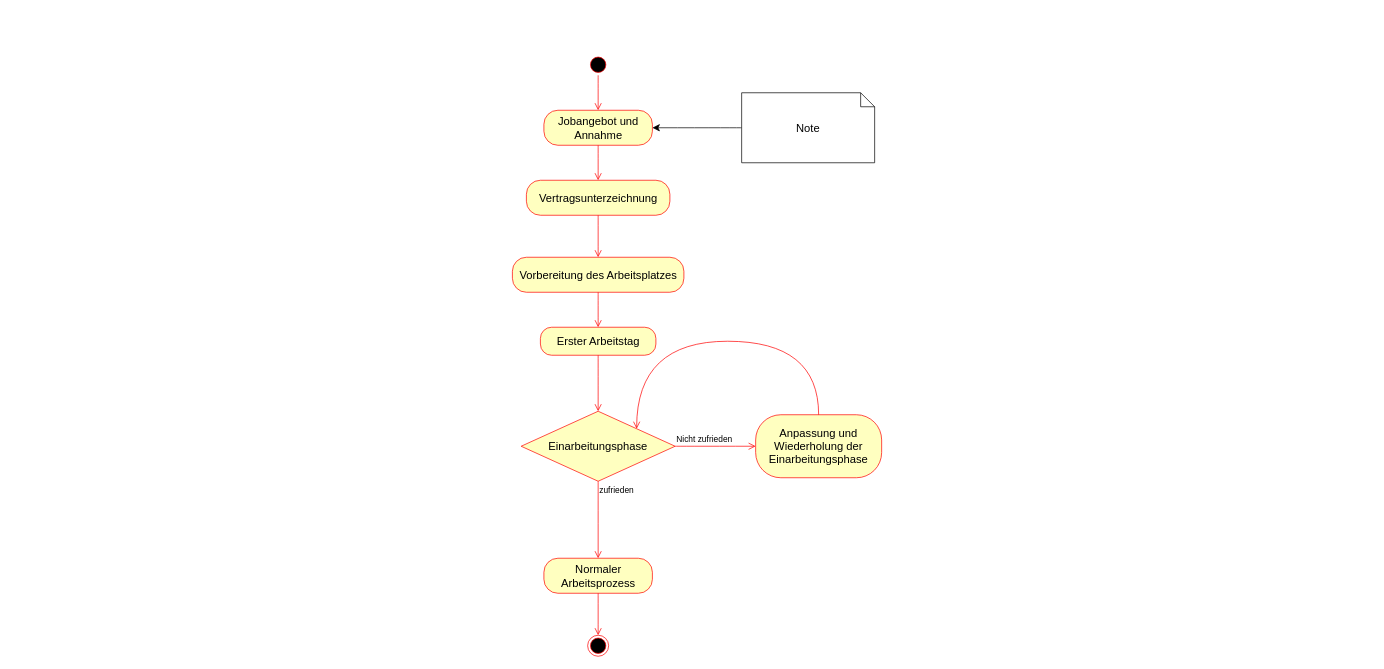
Above: Aufgabe 1/Aufgabe1.drawio in JonathanXDR/M254 (draw.io), before the change. Source tidied: cells renumbered, new cells numbered last; positions are measured from the earlier drawing's top-left corner, leaving out a move shared by most shapes. Both pictures are drawn from the tidied source at 70%, with x=0, y=0 at pixel (512, 54).
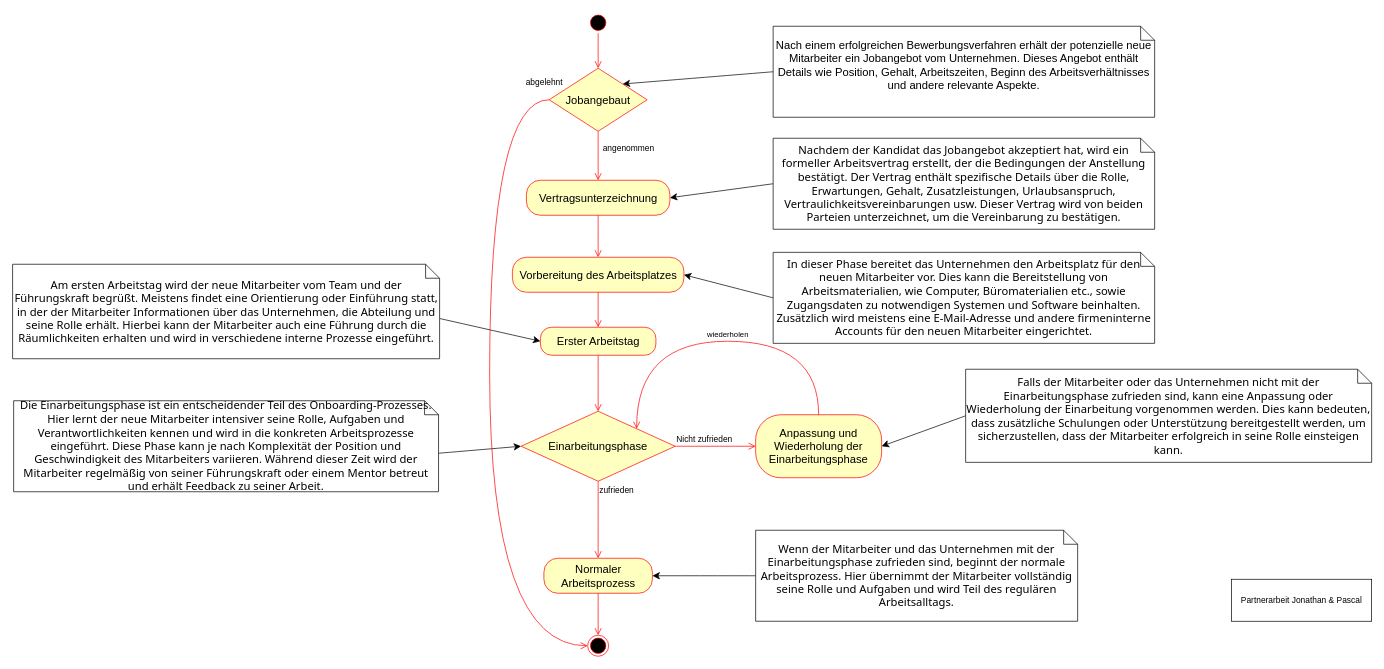
Above is the later version.

Commit message:
Update diagram in Aufgabe 1

The change refers to these unchanged cells:
```xml
<mxCell id="6" value="Vertragsunterzeichnung" style="rounded=1;whiteSpace=wrap;html=1;arcSize=40;fontColor=#000000;fillColor=#ffffc0;strokeColor=#ff0000;fontSize=16;" parent="1" vertex="1">
  <mxGeometry x="20.5" y="180" width="205" height="50" as="geometry" />
</mxCell>
<mxCell id="8" value="Vorbereitung des Arbeitsplatzes" style="rounded=1;whiteSpace=wrap;html=1;arcSize=40;fontColor=#000000;fillColor=#ffffc0;strokeColor=#ff0000;fontSize=16;" parent="1" vertex="1">
  <mxGeometry x="0.5" y="290" width="245" height="50" as="geometry" />
</mxCell>
<mxCell id="10" value="Erster Arbeitstag" style="rounded=1;whiteSpace=wrap;html=1;arcSize=40;fontColor=#000000;fillColor=#ffffc0;strokeColor=#ff0000;fontSize=16;" parent="1" vertex="1">
  <mxGeometry x="40.5" y="390" width="165" height="40" as="geometry" />
</mxCell>
<mxCell id="12" value="Einarbeitungsphase" style="rhombus;whiteSpace=wrap;html=1;fontColor=#000000;fillColor=#ffffc0;strokeColor=#ff0000;fontSize=16;" parent="1" vertex="1">
  <mxGeometry x="13" y="510" width="220" height="100" as="geometry" />
</mxCell>
<mxCell id="15" value="Normaler Arbeitsprozess" style="rounded=1;whiteSpace=wrap;html=1;arcSize=40;fontColor=#000000;fillColor=#ffffc0;strokeColor=#ff0000;fontSize=16;" parent="1" vertex="1">
  <mxGeometry x="45.5" y="720" width="155" height="50" as="geometry" />
</mxCell>
<mxCell id="17" value="Anpassung und Wiederholung der Einarbeitungsphase" style="rounded=1;whiteSpace=wrap;html=1;arcSize=40;fontColor=#000000;fillColor=#ffffc0;strokeColor=#ff0000;fontSize=16;" parent="1" vertex="1">
  <mxGeometry x="348" y="515" width="180" height="90" as="geometry" />
</mxCell>
<mxCell id="18" style="edgeStyle=orthogonalEdgeStyle;html=1;verticalAlign=bottom;endArrow=open;endSize=8;strokeColor=#ff0000;rounded=0;fontSize=12;curved=1;entryX=1;entryY=0;entryDx=0;entryDy=0;exitX=0.5;exitY=0;exitDx=0;exitDy=0;" parent="1" edge="1" source="17" target="12">
  <mxGeometry relative="1" as="geometry">
    <Array as="points">
      <mxPoint x="438" y="410" />
      <mxPoint x="178" y="410" />
    </Array>
  </mxGeometry>
</mxCell>
<mxCell id="19" style="ellipse;html=1;shape=endState;fillColor=#000000;strokeColor=#ff0000;fontSize=16;" parent="1" vertex="1">
  <mxGeometry x="108" y="830" width="30" height="30" as="geometry" />
</mxCell>
```

Diff of the diagram source:
```diff
@@
     <mxCell id="2" style="ellipse;html=1;shape=startState;fillColor=#000000;strokeColor=#ff0000;fontSize=16;" parent="1" vertex="1">
-      <mxGeometry x="108" width="30" height="30" as="geometry" />
+      <mxGeometry x="108" y="-60" width="30" height="30" as="geometry" />
     </mxCell>
-    <mxCell id="3" style="edgeStyle=orthogonalEdgeStyle;html=1;verticalAlign=bottom;endArrow=open;endSize=8;strokeColor=#ff0000;rounded=0;fontSize=12;curved=1;entryX=0.5;entryY=0;entryDx=0;entryDy=0;" parent="1" edge="1" source="2" target="4">
+    <mxCell id="3" style="edgeStyle=orthogonalEdgeStyle;html=1;verticalAlign=bottom;endArrow=open;endSize=8;strokeColor=#ff0000;rounded=0;fontSize=12;curved=1;entryX=0.5;entryY=0;entryDx=0;entryDy=0;" parent="1" edge="1" source="2" target="35">
       <mxGeometry relative="1" as="geometry" />
     </mxCell>
-    <mxCell id="4" value="Jobangebot und Annahme" style="rounded=1;whiteSpace=wrap;html=1;arcSize=40;fontColor=#000000;fillColor=#ffffc0;strokeColor=#ff0000;fontSize=16;" parent="1" vertex="1">
-      <mxGeometry x="45.5" y="80" width="155" height="50" as="geometry" />
-    </mxCell>
-    <mxCell id="5" style="edgeStyle=orthogonalEdgeStyle;html=1;verticalAlign=bottom;endArrow=open;endSize=8;strokeColor=#ff0000;rounded=0;fontSize=12;curved=1;entryX=0.5;entryY=0;entryDx=0;entryDy=0;" parent="1" edge="1" source="4" target="6">
-      <mxGeometry relative="1" as="geometry" />
-    </mxCell>
@@
+    <mxCell id="22" value="wiederholen" style="edgeLabel;html=1;align=center;verticalAlign=middle;" parent="18" vertex="1">
+      <mxGeometry x="0.17" y="4" relative="1" as="geometry">
+        <mxPoint x="51" y="-14" as="offset" />
+      </mxGeometry>
+    </mxCell>
@@
-    <mxCell id="20" style="edgeStyle=none;curved=1;rounded=0;jettySize=auto;html=1;exitX=0;exitY=0.5;exitDx=0;exitDy=0;exitPerimeter=0;entryX=1;entryY=0.5;entryDx=0;entryDy=0;fontSize=12;startSize=8;endSize=8;" parent="1" edge="1" source="21" target="4">
+    <mxCell id="20" style="edgeStyle=none;curved=1;rounded=0;jettySize=auto;html=1;exitX=0;exitY=0.5;exitDx=0;exitDy=0;exitPerimeter=0;fontSize=12;startSize=8;endSize=8;entryX=1;entryY=0;entryDx=0;entryDy=0;" parent="1" edge="1" source="21" target="35">
       <mxGeometry relative="1" as="geometry" />
     </mxCell>
-    <mxCell id="21" value="Note" style="shape=note;size=20;whiteSpace=wrap;html=1;fontSize=16;" parent="1" vertex="1">
-      <mxGeometry x="328" y="55" width="190" height="100" as="geometry" />
+    <mxCell id="21" value="&lt;div&gt;Nach einem erfolgreichen Bewerbungsverfahren erhält der potenzielle neue Mitarbeiter ein Jobangebot vom Unternehmen. Dieses Angebot enthält Details wie Position, Gehalt, Arbeitszeiten, Beginn des Arbeitsverhältnisses und andere relevante Aspekte.&lt;/div&gt;&lt;div&gt;&lt;br&gt;&lt;/div&gt;" style="shape=note;size=20;whiteSpace=wrap;html=1;fontSize=16;fontColor=default;" parent="1" vertex="1">
+      <mxGeometry x="373" y="-40" width="545" height="130" as="geometry" />
     </mxCell>
+    <mxCell id="23" style="edgeStyle=none;curved=1;rounded=0;jettySize=auto;html=1;exitX=0;exitY=0.5;exitDx=0;exitDy=0;exitPerimeter=0;entryX=1;entryY=0.5;entryDx=0;entryDy=0;fontSize=12;startSize=8;endSize=8;" parent="1" edge="1" source="24" target="6">
+      <mxGeometry relative="1" as="geometry" />
+    </mxCell>
+    <mxCell id="24" value="&lt;span style=&quot;font-family: Söhne, ui-sans-serif, system-ui, -apple-system, &amp;quot;Segoe UI&amp;quot;, Roboto, Ubuntu, Cantarell, &amp;quot;Noto Sans&amp;quot;, sans-serif, &amp;quot;Helvetica Neue&amp;quot;, Arial, &amp;quot;Apple Color Emoji&amp;quot;, &amp;quot;Segoe UI Emoji&amp;quot;, &amp;quot;Segoe UI Symbol&amp;quot;, &amp;quot;Noto Color Emoji&amp;quot;; text-align: left;&quot;&gt;Nachdem der Kandidat das Jobangebot akzeptiert hat, wird ein formeller Arbeitsvertrag erstellt, der die Bedingungen der Anstellung bestätigt. Der Vertrag enthält spezifische Details über die Rolle, Erwartungen, Gehalt, Zusatzleistungen, Urlaubsanspruch, Vertraulichkeitsvereinbarungen usw. Dieser Vertrag wird von beiden Parteien unterzeichnet, um die Vereinbarung zu bestätigen.&lt;/span&gt;" style="shape=note;size=20;whiteSpace=wrap;html=1;fontSize=16;fontColor=default;" parent="1" vertex="1">
+      <mxGeometry x="373" y="120" width="545" height="130" as="geometry" />
+    </mxCell>
+    <mxCell id="25" style="edgeStyle=none;curved=1;rounded=0;jettySize=auto;html=1;exitX=0;exitY=0.5;exitDx=0;exitDy=0;exitPerimeter=0;entryX=1;entryY=0.5;entryDx=0;entryDy=0;fontSize=12;startSize=8;endSize=8;" parent="1" edge="1" source="26" target="8">
+      <mxGeometry relative="1" as="geometry" />
+    </mxCell>
+    <mxCell id="26" value="&lt;span style=&quot;font-family: Söhne, ui-sans-serif, system-ui, -apple-system, &amp;quot;Segoe UI&amp;quot;, Roboto, Ubuntu, Cantarell, &amp;quot;Noto Sans&amp;quot;, sans-serif, &amp;quot;Helvetica Neue&amp;quot;, Arial, &amp;quot;Apple Color Emoji&amp;quot;, &amp;quot;Segoe UI Emoji&amp;quot;, &amp;quot;Segoe UI Symbol&amp;quot;, &amp;quot;Noto Color Emoji&amp;quot;; text-align: left;&quot;&gt;In dieser Phase bereitet das Unternehmen den Arbeitsplatz für den neuen Mitarbeiter vor. Dies kann die Bereitstellung von Arbeitsmaterialien, wie Computer, Büromaterialien etc., sowie Zugangsdaten zu notwendigen Systemen und Software beinhalten. Zusätzlich wird meistens eine E-Mail-Adresse und andere firmeninterne Accounts für den neuen Mitarbeiter eingerichtet.&lt;/span&gt;" style="shape=note;size=20;whiteSpace=wrap;html=1;fontSize=16;labelBackgroundColor=none;fontColor=default;" parent="1" vertex="1">
+      <mxGeometry x="373" y="283" width="545" height="130" as="geometry" />
+    </mxCell>
+    <mxCell id="27" style="edgeStyle=none;curved=1;rounded=0;jettySize=auto;html=1;exitX=0;exitY=0;exitDx=610;exitDy=77.5;exitPerimeter=0;fontSize=12;startSize=8;endSize=8;entryX=0;entryY=0.5;entryDx=0;entryDy=0;" parent="1" edge="1" source="28" target="10">
+      <mxGeometry relative="1" as="geometry" />
+    </mxCell>
+    <mxCell id="28" value="&lt;span style=&quot;font-family: Söhne, ui-sans-serif, system-ui, -apple-system, &amp;quot;Segoe UI&amp;quot;, Roboto, Ubuntu, Cantarell, &amp;quot;Noto Sans&amp;quot;, sans-serif, &amp;quot;Helvetica Neue&amp;quot;, Arial, &amp;quot;Apple Color Emoji&amp;quot;, &amp;quot;Segoe UI Emoji&amp;quot;, &amp;quot;Segoe UI Symbol&amp;quot;, &amp;quot;Noto Color Emoji&amp;quot;; text-align: left;&quot;&gt;Am ersten Arbeitstag wird der neue Mitarbeiter vom Team und der Führungskraft begrüßt. Meistens findet eine Orientierung oder Einführung statt, in der der Mitarbeiter Informationen über das Unternehmen, die Abteilung und seine Rolle erhält. Hierbei kann der Mitarbeiter auch eine Führung durch die Räumlichkeiten erhalten und wird in verschiedene interne Prozesse eingeführt.&lt;/span&gt;" style="shape=note;size=20;whiteSpace=wrap;html=1;fontSize=16;labelBackgroundColor=none;fontColor=default;" parent="1" vertex="1">
+      <mxGeometry x="-713.5" y="300" width="610" height="135" as="geometry" />
+    </mxCell>
+    <mxCell id="29" style="edgeStyle=none;curved=1;rounded=0;jettySize=auto;html=1;exitX=0;exitY=0;exitDx=607;exitDy=75;exitPerimeter=0;fontSize=12;startSize=8;endSize=8;entryX=0;entryY=0.5;entryDx=0;entryDy=0;" parent="1" edge="1" source="30" target="12">
+      <mxGeometry relative="1" as="geometry" />
+    </mxCell>
+    <mxCell id="30" value="&lt;span style=&quot;font-family: Söhne, ui-sans-serif, system-ui, -apple-system, &amp;quot;Segoe UI&amp;quot;, Roboto, Ubuntu, Cantarell, &amp;quot;Noto Sans&amp;quot;, sans-serif, &amp;quot;Helvetica Neue&amp;quot;, Arial, &amp;quot;Apple Color Emoji&amp;quot;, &amp;quot;Segoe UI Emoji&amp;quot;, &amp;quot;Segoe UI Symbol&amp;quot;, &amp;quot;Noto Color Emoji&amp;quot;; text-align: left;&quot;&gt;Die Einarbeitungsphase ist ein entscheidender Teil des Onboarding-Prozesses. Hier lernt der neue Mitarbeiter intensiver seine Rolle, Aufgaben und Verantwortlichkeiten kennen und wird in die konkreten Arbeitsprozesse eingeführt. Diese Phase kann je nach Komplexität der Position und Geschwindigkeit des Mitarbeiters variieren. Während dieser Zeit wird der Mitarbeiter regelmäßig von seiner Führungskraft oder einem Mentor betreut und erhält Feedback zu seiner Arbeit.&lt;/span&gt;" style="shape=note;size=20;whiteSpace=wrap;html=1;fontSize=16;labelBackgroundColor=none;fontColor=default;" parent="1" vertex="1">
+      <mxGeometry x="-712" y="495" width="607" height="130" as="geometry" />
+    </mxCell>
+    <mxCell id="31" value="&lt;span style=&quot;font-family: Söhne, ui-sans-serif, system-ui, -apple-system, &amp;quot;Segoe UI&amp;quot;, Roboto, Ubuntu, Cantarell, &amp;quot;Noto Sans&amp;quot;, sans-serif, &amp;quot;Helvetica Neue&amp;quot;, Arial, &amp;quot;Apple Color Emoji&amp;quot;, &amp;quot;Segoe UI Emoji&amp;quot;, &amp;quot;Segoe UI Symbol&amp;quot;, &amp;quot;Noto Color Emoji&amp;quot;; text-align: start;&quot;&gt;Falls der Mitarbeiter oder das Unternehmen nicht mit der Einarbeitungsphase zufrieden sind, kann eine Anpassung oder Wiederholung der Einarbeitung vorgenommen werden. Dies kann bedeuten, dass zusätzliche Schulungen oder Unterstützung bereitgestellt werden, um sicherzustellen, dass der Mitarbeiter erfolgreich in seine Rolle einsteigen kann.&lt;/span&gt;" style="shape=note;size=20;whiteSpace=wrap;html=1;fontSize=16;labelBackgroundColor=none;fontColor=default;" parent="1" vertex="1">
+      <mxGeometry x="648" y="450" width="580" height="133" as="geometry" />
+    </mxCell>
+    <mxCell id="32" style="edgeStyle=none;curved=1;rounded=0;jettySize=auto;html=1;exitX=0;exitY=0.5;exitDx=0;exitDy=0;exitPerimeter=0;entryX=1;entryY=0.5;entryDx=0;entryDy=0;fontSize=12;startSize=8;endSize=8;" parent="1" edge="1" source="31" target="17">
+      <mxGeometry relative="1" as="geometry" />
+    </mxCell>
+    <mxCell id="33" style="edgeStyle=none;curved=1;rounded=0;jettySize=auto;html=1;exitX=0;exitY=0.5;exitDx=0;exitDy=0;exitPerimeter=0;entryX=1;entryY=0.5;entryDx=0;entryDy=0;fontSize=12;startSize=8;endSize=8;" parent="1" edge="1" source="34" target="15">
+      <mxGeometry relative="1" as="geometry" />
+    </mxCell>
+    <mxCell id="34" value="&lt;span style=&quot;font-family: Söhne, ui-sans-serif, system-ui, -apple-system, &amp;quot;Segoe UI&amp;quot;, Roboto, Ubuntu, Cantarell, &amp;quot;Noto Sans&amp;quot;, sans-serif, &amp;quot;Helvetica Neue&amp;quot;, Arial, &amp;quot;Apple Color Emoji&amp;quot;, &amp;quot;Segoe UI Emoji&amp;quot;, &amp;quot;Segoe UI Symbol&amp;quot;, &amp;quot;Noto Color Emoji&amp;quot;; text-align: start;&quot;&gt;Wenn der Mitarbeiter und das Unternehmen mit der Einarbeitungsphase zufrieden sind, beginnt der normale Arbeitsprozess. Hier übernimmt der Mitarbeiter vollständig seine Rolle und Aufgaben und wird Teil des regulären Arbeitsalltags.&lt;/span&gt;" style="shape=note;size=20;whiteSpace=wrap;html=1;fontSize=16;labelBackgroundColor=none;fontColor=default;" parent="1" vertex="1">
+      <mxGeometry x="348" y="680" width="460" height="130" as="geometry" />
+    </mxCell>
+    <mxCell id="35" value="Jobangebaut" style="rhombus;whiteSpace=wrap;html=1;fontColor=#000000;fillColor=#ffffc0;strokeColor=#ff0000;fontSize=16;" parent="1" vertex="1">
+      <mxGeometry x="53" y="20" width="140" height="90" as="geometry" />
+    </mxCell>
+    <mxCell id="36" value="abgelehnt" style="edgeStyle=orthogonalEdgeStyle;html=1;align=left;verticalAlign=bottom;endArrow=open;endSize=8;strokeColor=#ff0000;rounded=0;fontSize=12;curved=1;entryX=0;entryY=0.5;entryDx=0;entryDy=0;exitX=0;exitY=0.5;exitDx=0;exitDy=0;" parent="1" edge="1" source="35" target="19">
+      <mxGeometry x="-0.93" y="-15" relative="1" as="geometry">
+        <Array as="points">
+          <mxPoint x="-32" y="65" />
+          <mxPoint x="-32" y="845" />
+        </Array>
+      </mxGeometry>
+    </mxCell>
+    <mxCell id="37" value="angenommen" style="edgeStyle=orthogonalEdgeStyle;html=1;align=left;verticalAlign=top;endArrow=open;endSize=8;strokeColor=#ff0000;rounded=0;fontSize=12;curved=1;entryX=0.5;entryY=0;entryDx=0;entryDy=0;" parent="1" edge="1" source="35" target="6">
+      <mxGeometry x="-0.71" y="5" relative="1" as="geometry" />
+    </mxCell>
+    <mxCell id="38" value="Partnerarbeit Jonathan &amp;amp; Pascal" style="rounded=0;whiteSpace=wrap;html=1;" parent="1" vertex="1">
+      <mxGeometry x="1028" y="750" width="200" height="60" as="geometry" />
+    </mxCell>
```
